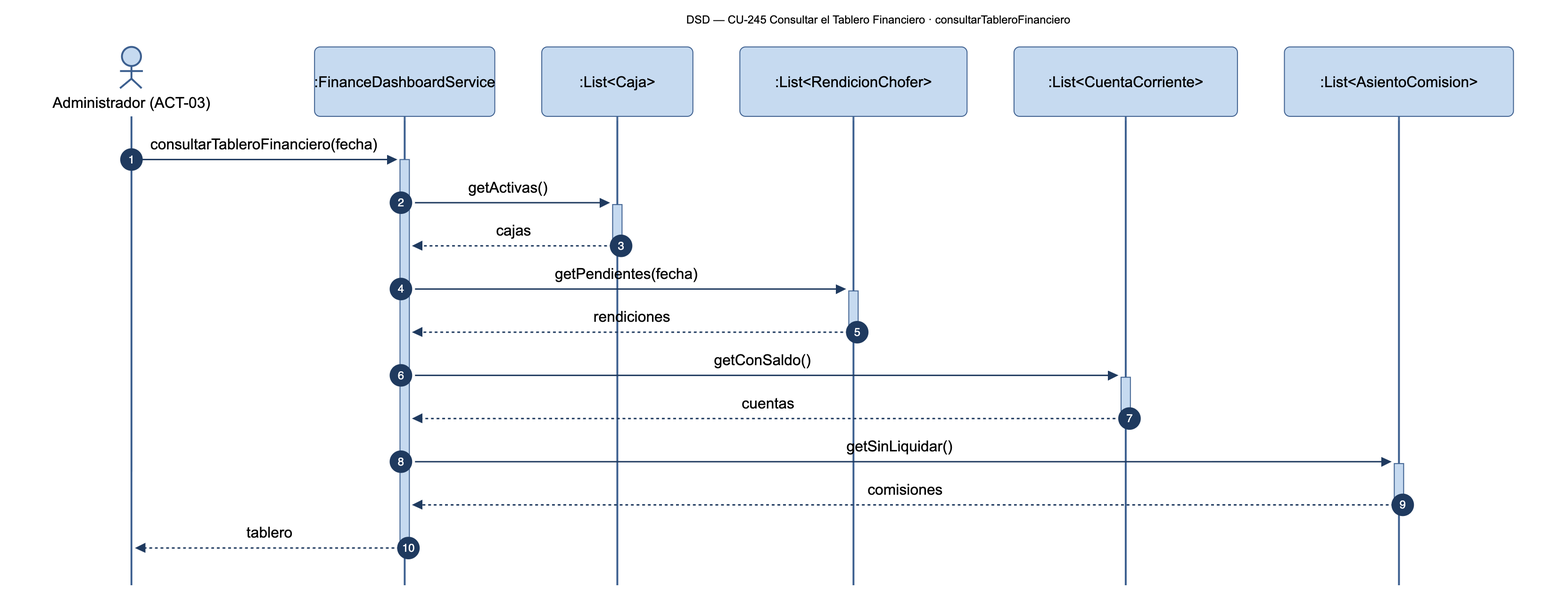
This is diagramas/png/DSD_CU-245_consultarTableroFinanciero.png from Nahuelito-Dev/splg-docs, a Mermaid export, as it was before one commit. Its source is kept beside it as diagramas/DSD_CU-245_consultarTableroFinanciero.mmd.
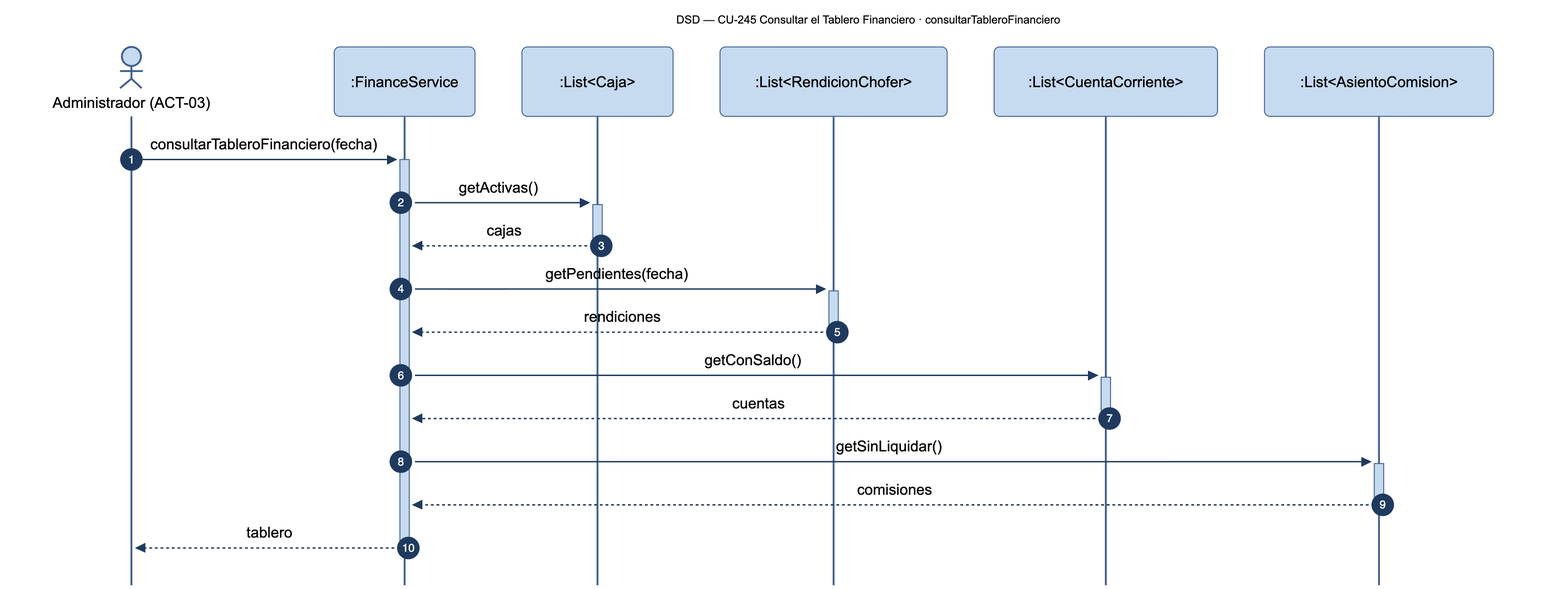
The same diagram one commit later.

Diff of the diagram source:
```diff
@@ -2,7 +2,7 @@
     title DSD — CU-245 Consultar el Tablero Financiero · consultarTableroFinanciero
     autonumber
     actor ADM as Administrador (ACT-03)
-    participant SRV as :FinanceDashboardService
+    participant SRV as :FinanceService
     participant CAJS as :List#lt;Caja#gt;
     participant RENS as :List#lt;RendicionChofer#gt;
     participant CUES as :List#lt;CuentaCorriente#gt;
```
